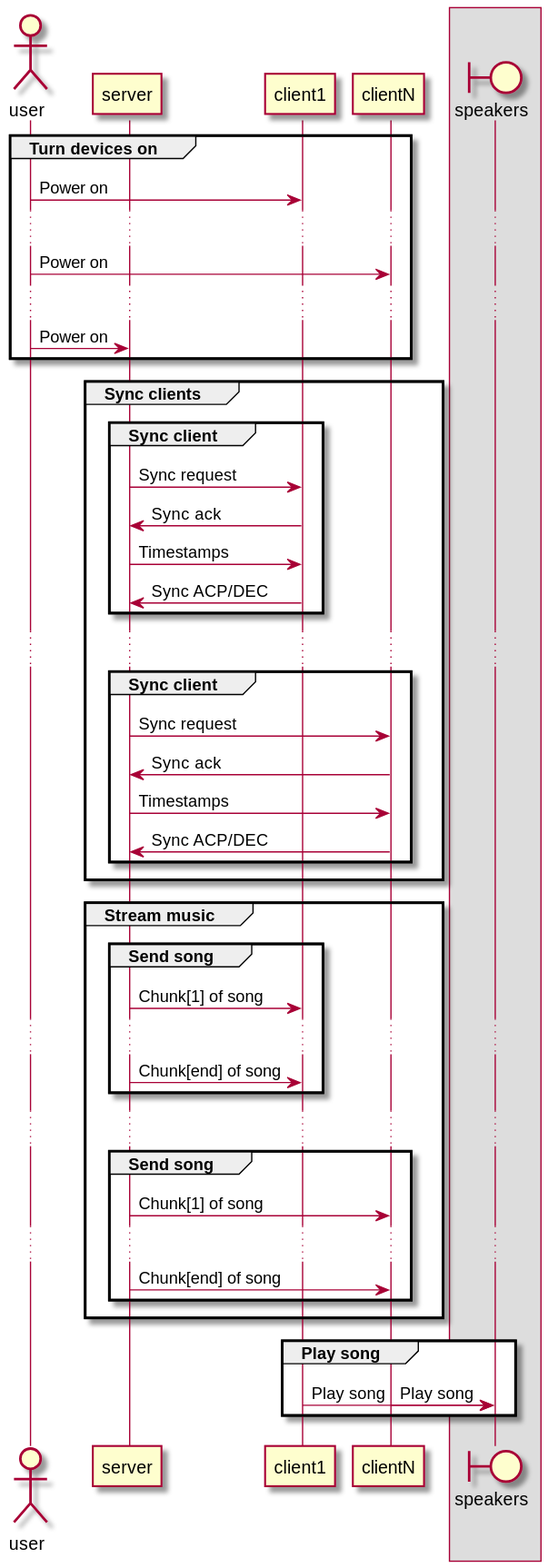
Earlier version of the PlantUML export diagrams/how_to_use.svg (NielsDyrberg/Wireless_sound_zones).
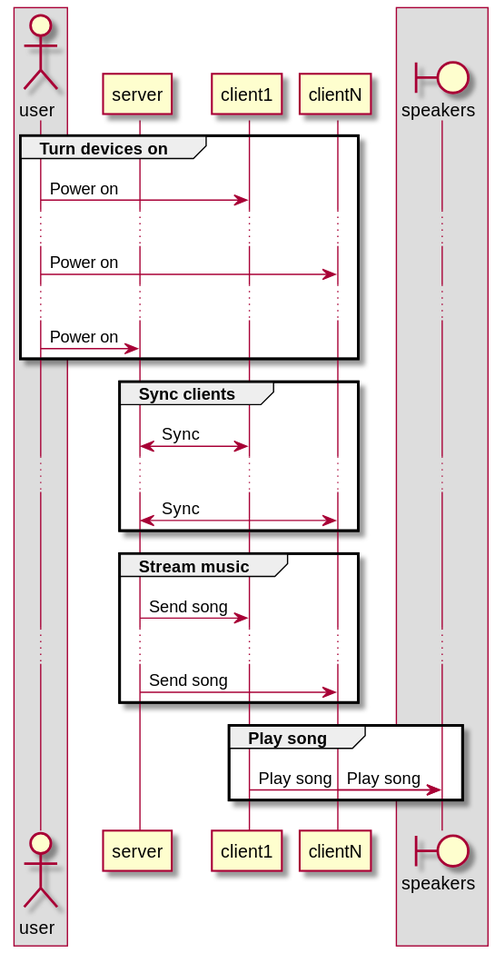
Later version of the same file.

The edit, as a diff of the source:
```diff
@@ -1,7 +1,9 @@
 @startuml how_to_use
 !pragma teoz true
 
+box
 actor user
+end box
 participant server
 participant client1
 participant clientN
@@ -18,34 +20,16 @@
 end
 
 group Sync clients
-    group Sync client
-        server -> client1: Sync request
-        server <- client1: Sync ack
-        server -> client1: Timestamps
-        server <- client1: Sync ACP/DEC
-    end
+    server <-> client1: Sync
     ...
-    group Sync client
-        server -> clientN: Sync request
-        server <- clientN: Sync ack
-        server -> clientN: Timestamps
-        server <- clientN: Sync ACP/DEC
-    end
+    server <-> clientN: Sync
 
 end
 
 group Stream music
-    group Send song
-        server -> client1: Chunk[1] of song
-        ...
-        server -> client1: Chunk[end] of song
-    end
+    server -> client1: Send song
     ...
-    group Send song
-        server -> clientN: Chunk[1] of song
-        ...
-        server -> clientN: Chunk[end] of song
-    end
+    server -> clientN: Send song
 end
 
 group Play song
```
